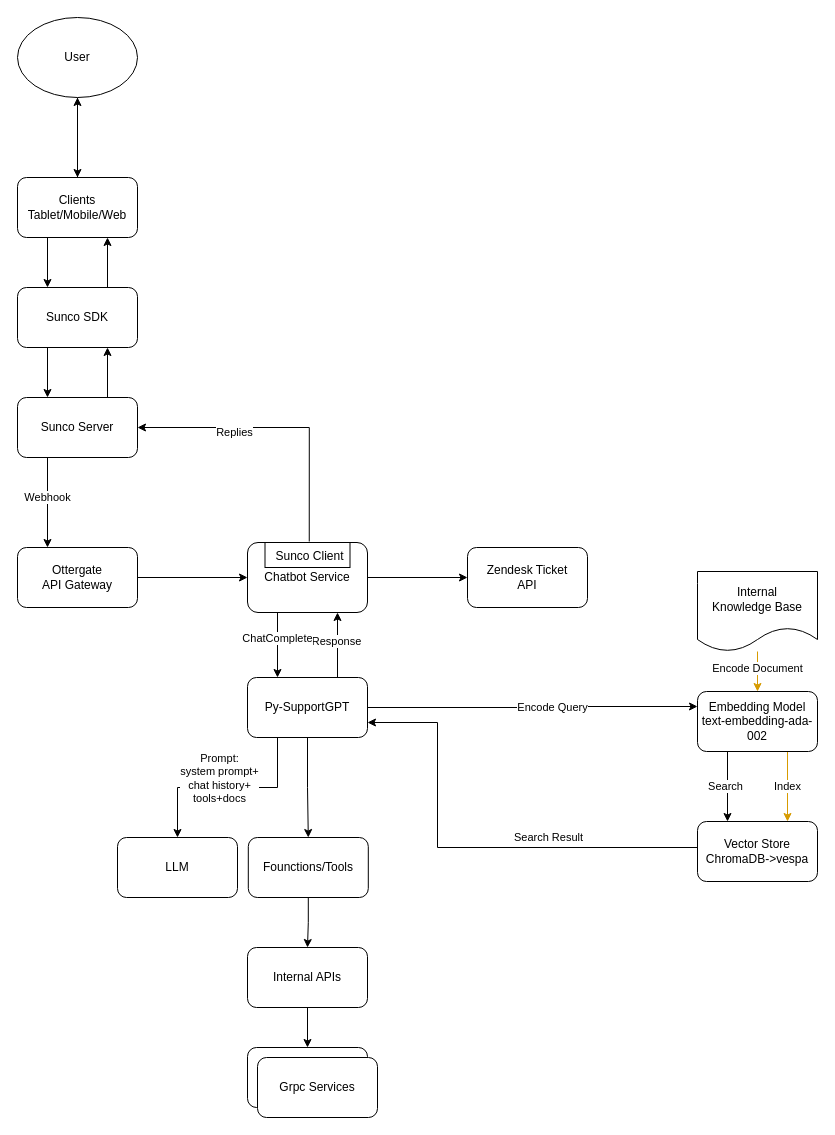
Before: SupportGPT Architecture.drawio in evagle/awesome, a draw.io diagram. Source tidied: cells renumbered, new cells numbered last; positions are measured from the earlier drawing's top-left corner, leaving out a move shared by most shapes. Both pictures are drawn from the tidied source at 100%, with x=0, y=0 at pixel (17, 17).
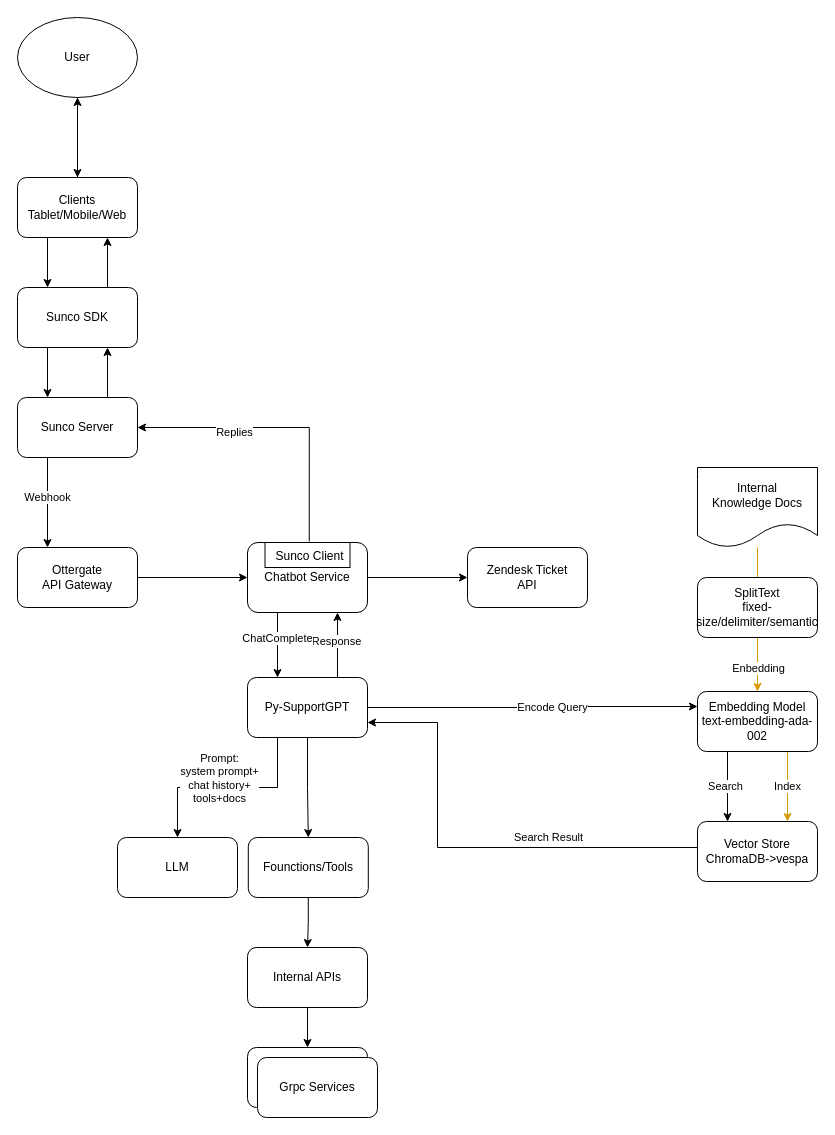
The same page after the edit.

The change refers to these unchanged cells:
```xml
<mxCell id="38" style="edgeStyle=orthogonalEdgeStyle;rounded=0;jettySize=auto;html=1;entryX=0.5;entryY=0;entryDx=0;entryDy=0;fillColor=#ffe6cc;strokeColor=#d79b00;" parent="1" edge="1" source="40" target="44">
  <mxGeometry relative="1" as="geometry" />
</mxCell>
```

What changed in the source:
```diff
@@
-    <mxCell id="39" value="Encode Document" style="edgeLabel;html=1;align=center;verticalAlign=middle;" parent="38" vertex="1">
-      <mxGeometry x="-0.2" y="-1" relative="1" as="geometry" />
+    <mxCell id="39" value="Enbedding" style="edgeLabel;html=1;align=center;verticalAlign=middle;" parent="38" vertex="1">
+      <mxGeometry x="-0.2" y="-1" relative="1" as="geometry">
+        <mxPoint x="1" y="62" as="offset" />
+      </mxGeometry>
     </mxCell>
-    <mxCell id="40" value="Internal&lt;br&gt;Knowledge Base" style="shape=document;whiteSpace=wrap;html=1;boundedLbl=1;" parent="1" vertex="1">
-      <mxGeometry x="680" y="554" width="120" height="80" as="geometry" />
+    <mxCell id="40" value="Internal&lt;br&gt;Knowledge Docs" style="shape=document;whiteSpace=wrap;html=1;boundedLbl=1;" parent="1" vertex="1">
+      <mxGeometry x="680" y="450" width="120" height="80" as="geometry" />
     </mxCell>
@@
+    <mxCell id="50" value="SplitText&lt;br&gt;fixed-size/delimiter/semantic" style="rounded=1;whiteSpace=wrap;html=1;" parent="1" vertex="1">
+      <mxGeometry x="680" y="560" width="120" height="60" as="geometry" />
+    </mxCell>
```
